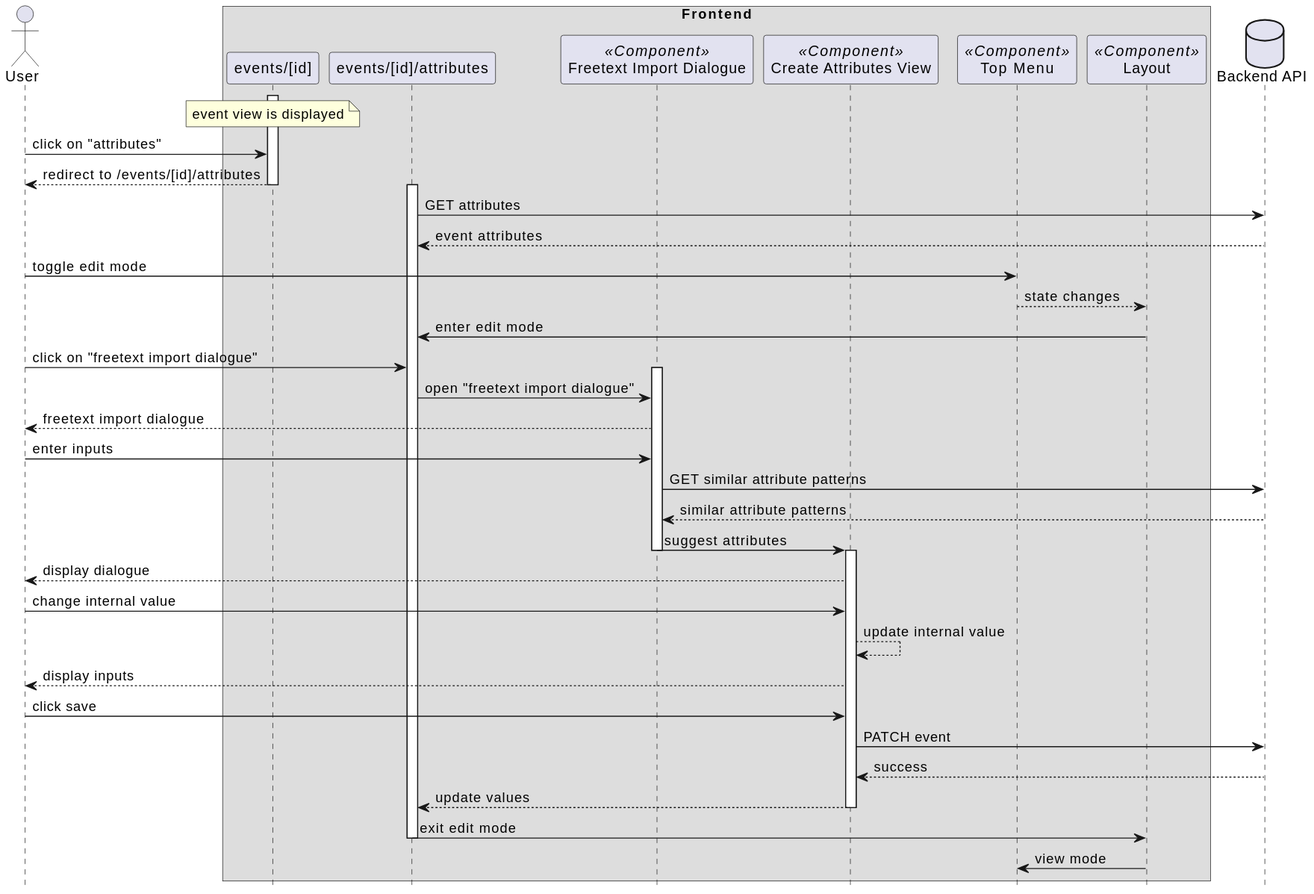
The PlantUML diagram docs/sequencediagrams/svg/freetext_import.svg in Modern-MISP/frontend, before a commit.
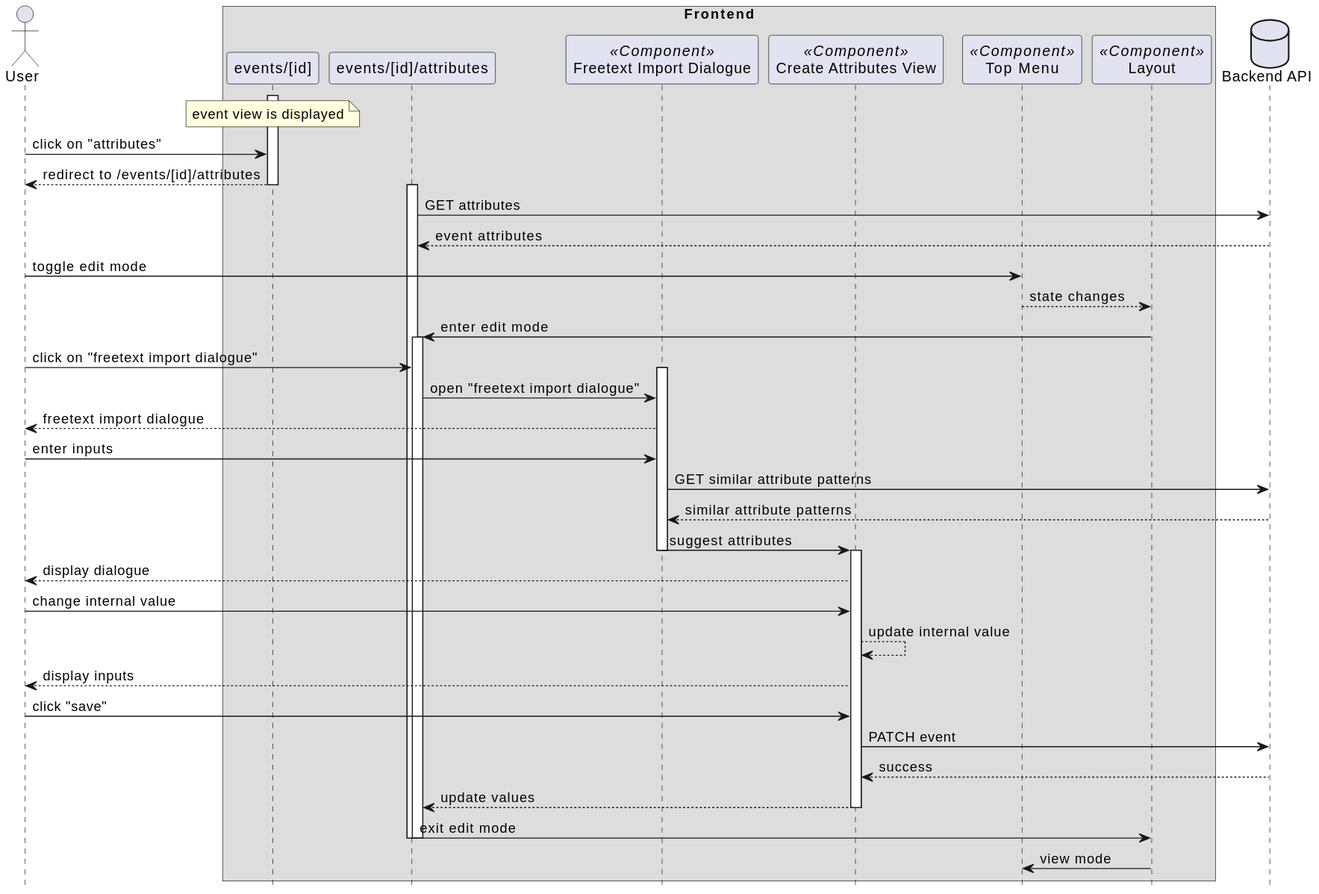
The same diagram one commit later.

What changed in the source:
```diff
@@ -26,6 +26,7 @@
 user -> topmenu : toggle edit mode
 topmenu --> layout : state changes
 layout -> attributelist : enter edit mode
+activate attributelist
 user -> attributelist : click on "freetext import dialogue"
 
 
@@ -43,7 +44,7 @@
 user -> createattributesview : change internal value
 createattributesview --> createattributesview : update internal value
 createattributesview --> user : display inputs
-user -> createattributesview : click save
+user -> createattributesview : click "save"
 
 createattributesview -> api : PATCH event
 api --> createattributesview : success
@@ -52,5 +53,6 @@
 
 attributelist -> layout : exit edit mode
 deactivate attributelist
+deactivate attributelist
 layout -> topmenu : view mode
 @enduml
```
